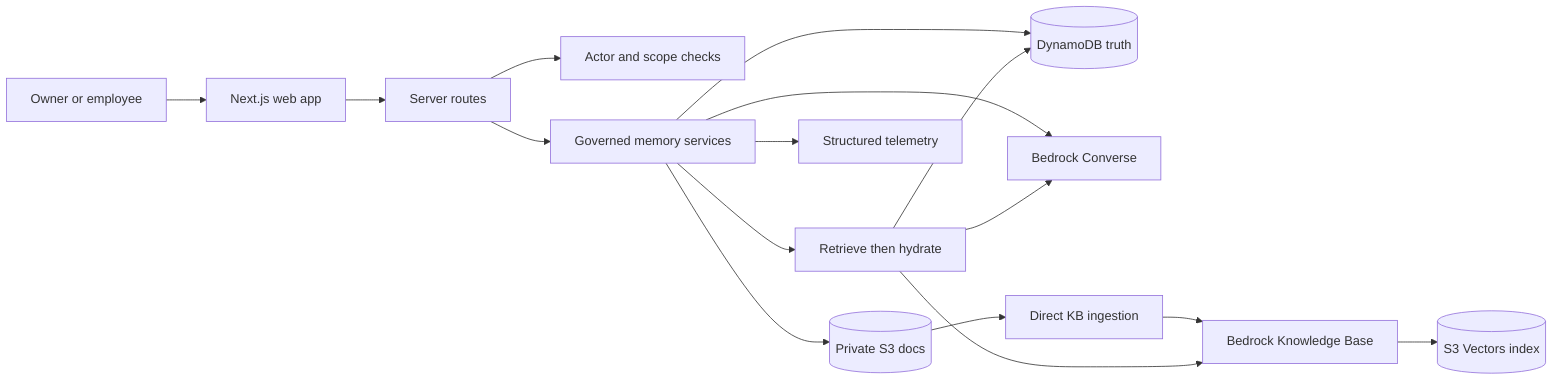
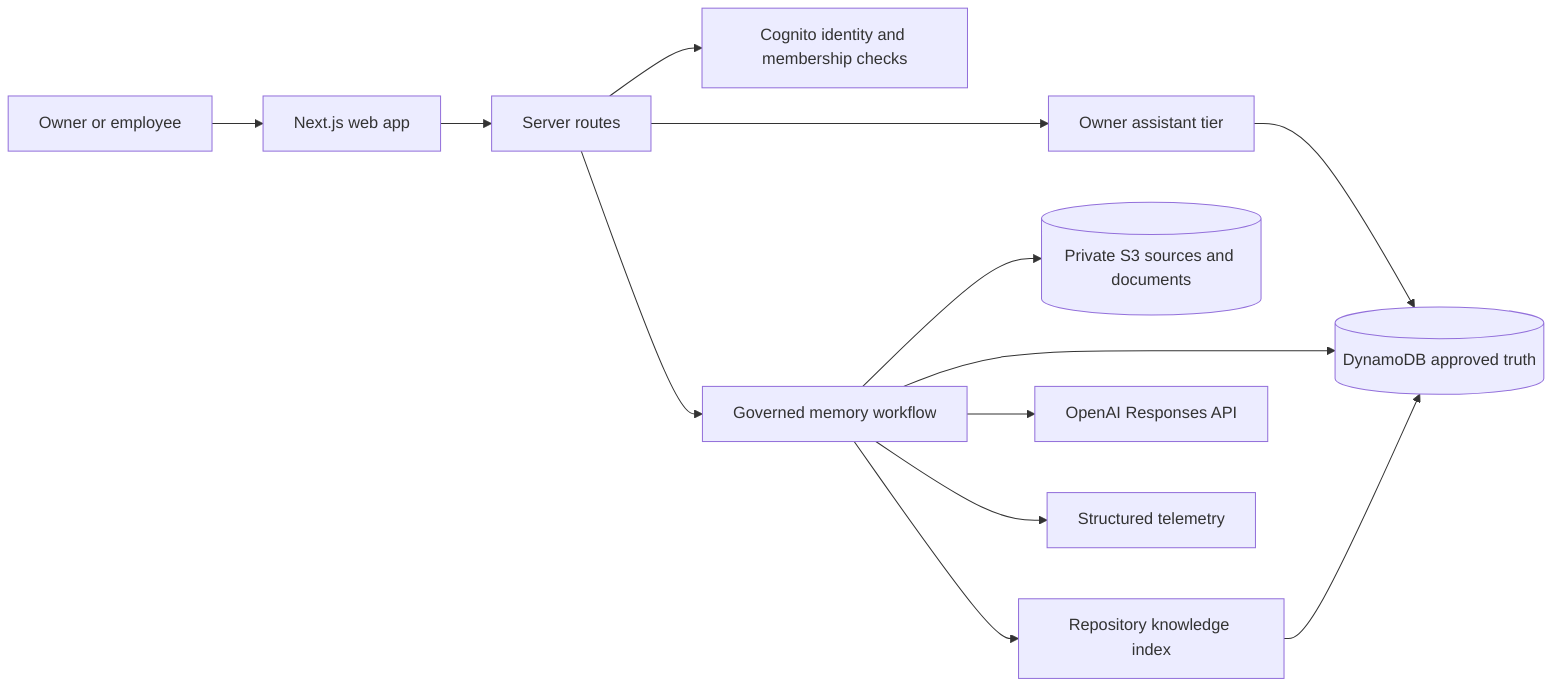
flowchart LR
    U[Owner or employee] --> UI[Next.js web app]
    UI --> API[Server routes]
-     API --> AUTH[Actor and scope checks]
-     API --> FLOW[Governed memory services]
+     API --> AUTH[Cognito identity and membership checks]
+     API --> FLOW[Governed memory workflow]
+     API --> SETTINGS[Owner assistant tier]

-     FLOW --> DDB[(DynamoDB truth)]
-     FLOW --> MODEL[Bedrock Converse]
-     FLOW --> S3[(Private S3 docs)]
-     S3 --> INGEST[Direct KB ingestion]
-     INGEST --> KB[Bedrock Knowledge Base]
-     KB --> VEC[(S3 Vectors index)]
+     SETTINGS --> DDB[(DynamoDB approved truth)]
+     FLOW --> DDB
+     FLOW --> S3[(Private S3 sources and documents)]
+     FLOW --> INDEX[Repository knowledge index]
+     INDEX --> DDB
+     FLOW --> MODEL[OpenAI Responses API]

-     FLOW --> RETRIEVE[Retrieve then hydrate]
-     RETRIEVE --> KB
-     RETRIEVE --> DDB
-     RETRIEVE --> MODEL
    FLOW --> OBS[Structured telemetry]
